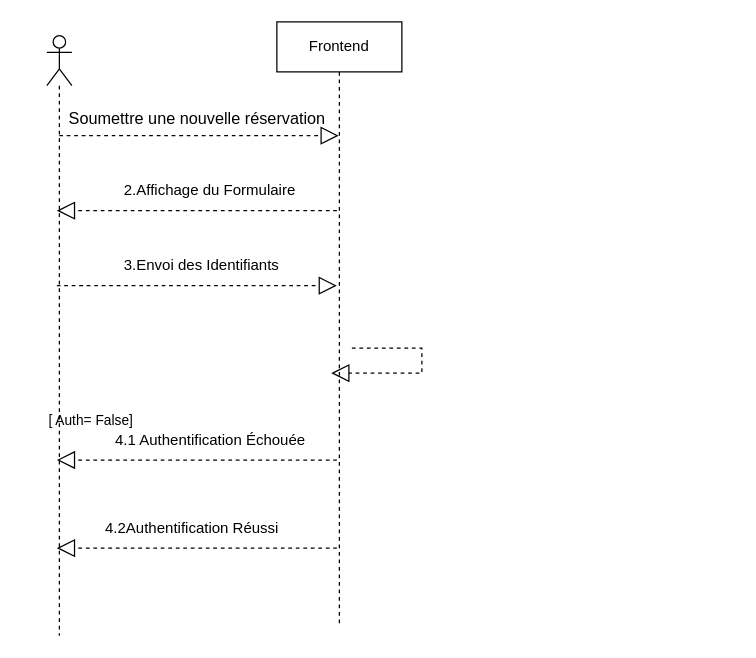
Above: Diagramme sans nom.drawio in yassigh/app-e-commerce (draw.io), before the change. Source tidied: cells renumbered, new cells numbered last; positions are measured from the earlier drawing's top-left corner, leaving out a move shared by most shapes. Both pictures are drawn from the tidied source at 125%, with x=0, y=0 at pixel (34, 21).
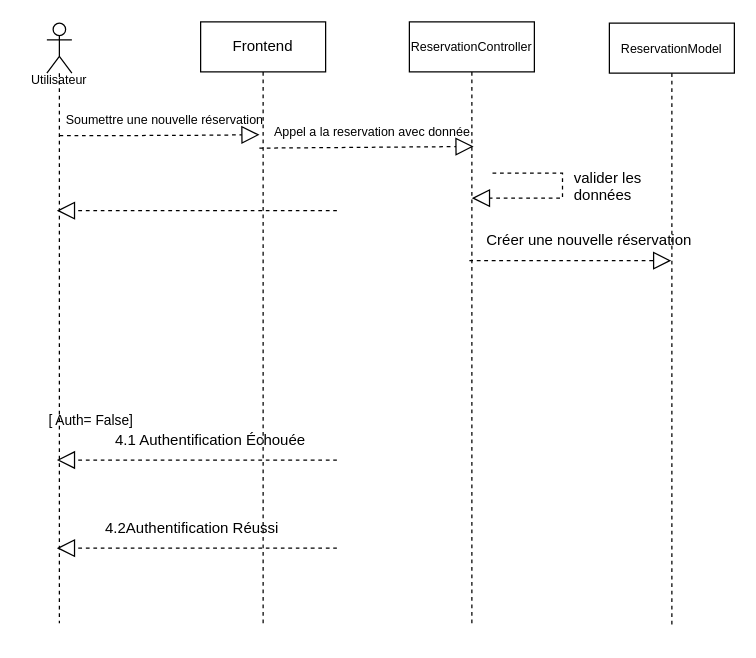
After the change.

Commit message (it also covers changes not shown here):
Mettre à jour Diagramme sans nom.drawio

What changed in the source:
```diff
@@
     <mxCell id="2" value="Frontend" style="shape=umlLifeline;perimeter=lifelinePerimeter;whiteSpace=wrap;html=1;outlineConnect=0;portConstraint=eastwest;newEdgeStyle={&quot;curved&quot;:0,&quot;rounded&quot;:0};" parent="1" vertex="1">
-      <mxGeometry x="194" width="100" height="481" as="geometry" />
+      <mxGeometry x="133" width="100" height="481" as="geometry" />
     </mxCell>
     <mxCell id="3" style="shape=umlLifeline;perimeter=lifelinePerimeter;whiteSpace=wrap;html=1;newEdgeStyle={&quot;curved&quot;:0,&quot;rounded&quot;:0};participant=umlActor;" parent="1" vertex="1">
-      <mxGeometry x="10" y="11" width="20" height="480" as="geometry" />
+      <mxGeometry x="10" y="1" width="20" height="480" as="geometry" />
     </mxCell>
-    <mxCell id="4" style="endArrow=block;dashed=1;endFill=0;endSize=12;html=1;rounded=0;fontSize=12;curved=1;" parent="1" edge="1" target="2">
+    <mxCell id="4" style="endArrow=block;dashed=1;endFill=0;endSize=12;html=1;rounded=0;fontSize=12;curved=1;entryX=0.923;entryY=0.976;entryDx=0;entryDy=0;entryPerimeter=0;" parent="1" edge="1" target="5">
       <mxGeometry relative="1" as="geometry">
         <mxPoint x="20" y="91" as="sourcePoint" />
+        <Array as="points">
+          <mxPoint x="110" y="91" />
+        </Array>
       </mxGeometry>
     </mxCell>
-    <mxCell id="5" value="&lt;font style=&quot;font-size: 13px;&quot;&gt;Soumettre une nouvelle réservation&lt;/font&gt;" style="text;html=1;align=center;verticalAlign=middle;points=[];strokeColor=none;fillColor=none;fontSize=16;" parent="1" vertex="1">
-      <mxGeometry x="15" y="61" width="230" height="30" as="geometry" />
+    <mxCell id="5" value="&lt;font style=&quot;font-size: 10px;&quot;&gt;Soumettre une nouvelle réservation&lt;/font&gt;" style="text;html=1;align=center;verticalAlign=middle;points=[];strokeColor=none;fillColor=none;fontSize=16;" parent="1" vertex="1">
+      <mxGeometry x="14" y="61" width="180" height="30" as="geometry" />
     </mxCell>
-    <mxCell id="6" value="2.Affichage du Formulaire" style="text;whiteSpace=wrap;" parent="1" vertex="1">
-      <mxGeometry x="70" y="121" width="160" height="40" as="geometry" />
+    <mxCell id="6" value="valider les données" style="text;whiteSpace=wrap;" parent="1" vertex="1">
+      <mxGeometry x="430" y="111" width="90" height="40" as="geometry" />
     </mxCell>
@@
-    <mxCell id="8" style="endArrow=block;dashed=1;endFill=0;endSize=12;html=1;rounded=0;fontSize=12;curved=1;" parent="1" edge="1">
+    <mxCell id="8" style="endArrow=block;dashed=1;endFill=0;endSize=12;html=1;rounded=0;fontSize=12;curved=1;" parent="1" edge="1" target="20">
       <mxGeometry relative="1" as="geometry">
-        <mxPoint x="18" y="211" as="sourcePoint" />
-        <mxPoint x="242" y="211" as="targetPoint" />
+        <mxPoint x="348" y="191" as="sourcePoint" />
       </mxGeometry>
     </mxCell>
-    <mxCell id="9" value="3.Envoi des Identifiants" style="text;whiteSpace=wrap;" parent="1" vertex="1">
-      <mxGeometry x="70" y="181" width="150" height="40" as="geometry" />
+    <mxCell id="9" value="Créer une nouvelle réservation" style="text;whiteSpace=wrap;" parent="1" vertex="1">
+      <mxGeometry x="360" y="161" width="200" height="40" as="geometry" />
     </mxCell>
     <mxCell id="10" style="endArrow=block;dashed=1;endFill=0;endSize=12;html=1;rounded=0;fontSize=12;edgeStyle=elbowEdgeStyle;" parent="1" edge="1">
       <mxGeometry relative="1" as="geometry">
-        <mxPoint x="254" y="261" as="sourcePoint" />
-        <mxPoint x="237.5" y="281" as="targetPoint" />
+        <mxPoint x="366.5" y="121" as="sourcePoint" />
+        <mxPoint x="350" y="141" as="targetPoint" />
         <Array as="points">
-          <mxPoint x="310" y="261" />
+          <mxPoint x="422.5" y="121" />
         </Array>
       </mxGeometry>
     </mxCell>
@@
+    <mxCell id="16" value="&lt;font style=&quot;font-size: 10px;&quot;&gt;ReservationController&lt;/font&gt;" style="shape=umlLifeline;perimeter=lifelinePerimeter;whiteSpace=wrap;html=1;newEdgeStyle={&quot;curved&quot;:0,&quot;rounded&quot;:0};" parent="1" vertex="1">
+      <mxGeometry x="300" width="100" height="481" as="geometry" />
+    </mxCell>
+    <mxCell id="17" style="endArrow=block;dashed=1;endFill=0;endSize=12;html=1;rounded=0;fontSize=12;curved=1;entryX=0.98;entryY=0.958;entryDx=0;entryDy=0;entryPerimeter=0;" parent="1" edge="1">
+      <mxGeometry relative="1" as="geometry">
+        <mxPoint x="180" y="101" as="sourcePoint" />
+        <mxPoint x="351.4" y="99.7" as="targetPoint" />
+      </mxGeometry>
+    </mxCell>
+    <mxCell id="18" value="&lt;font style=&quot;font-size: 10px;&quot;&gt;Appel a la reservation avec donnée&lt;/font&gt;" style="text;html=1;align=center;verticalAlign=middle;strokeColor=none;fillColor=none;fontSize=16;" parent="1" vertex="1">
+      <mxGeometry x="180" y="71" width="180" height="30" as="geometry" />
+    </mxCell>
+    <mxCell id="19" value="&lt;font style=&quot;font-size: 10px;&quot;&gt;Utilisateur&lt;/font&gt;" style="text;strokeColor=none;align=center;fillColor=none;html=1;verticalAlign=middle;whiteSpace=wrap;rounded=0;" parent="1" vertex="1">
+      <mxGeometry x="-10" y="31" width="60" height="30" as="geometry" />
+    </mxCell>
+    <mxCell id="20" value="&lt;font style=&quot;font-size: 10px;&quot;&gt;ReservationModel&lt;/font&gt;" style="shape=umlLifeline;perimeter=lifelinePerimeter;whiteSpace=wrap;html=1;outlineConnect=0;portConstraint=eastwest;newEdgeStyle={&quot;curved&quot;:0,&quot;rounded&quot;:0};" parent="1" vertex="1">
+      <mxGeometry x="460" y="1" width="100" height="481" as="geometry" />
+    </mxCell>
```
